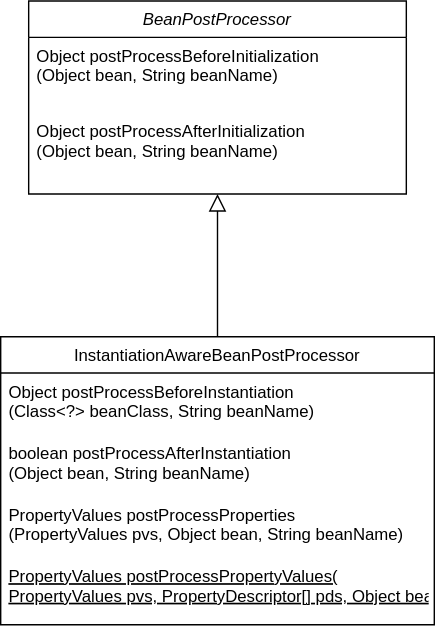
Above: spring.svg in peihuanhuan/draw.io (draw.io), before the change. Source tidied: cells renumbered, new cells last; positions are measured from the earlier drawing's top-left corner, leaving out a move shared by most shapes.
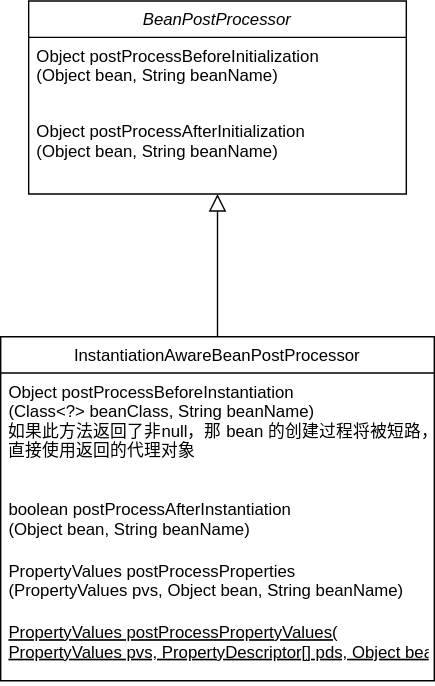
Later version of the same file.

Change to the diagram source:
```diff
@@ -12,19 +12,19 @@
       <mxGeometry y="80" width="270" height="58" as="geometry" />
     </mxCell>
     <mxCell id="5" value="InstantiationAwareBeanPostProcessor" style="swimlane;fontStyle=0;align=center;verticalAlign=top;horizontal=1;startSize=26;rounded=0;shadow=0;strokeWidth=1;" parent="1" vertex="1">
-      <mxGeometry y="240" width="310" height="206" as="geometry" />
+      <mxGeometry y="240" width="310" height="246" as="geometry" />
     </mxCell>
-    <mxCell id="6" value="Object postProcessBeforeInstantiation&#10;(Class&lt;?&gt; beanClass, String beanName)" style="text;align=left;verticalAlign=top;spacingLeft=4;spacingRight=4;overflow=hidden;" parent="5" vertex="1">
-      <mxGeometry y="26" width="310" height="44" as="geometry" />
+    <mxCell id="6" value="Object postProcessBeforeInstantiation&#10;(Class&lt;?&gt; beanClass, String beanName) &#10;如果此方法返回了非null，那 bean 的创建过程将被短路，&#10;直接使用返回的代理对象" style="text;align=left;verticalAlign=top;spacingLeft=4;spacingRight=4;overflow=hidden;" parent="5" vertex="1">
+      <mxGeometry y="26" width="310" height="84" as="geometry" />
     </mxCell>
     <mxCell id="7" value="boolean postProcessAfterInstantiation&#10;(Object bean, String beanName)" style="text;align=left;verticalAlign=top;spacingLeft=4;spacingRight=4;overflow=hidden;" parent="5" vertex="1">
-      <mxGeometry y="70" width="310" height="44" as="geometry" />
+      <mxGeometry y="110" width="310" height="44" as="geometry" />
     </mxCell>
     <mxCell id="8" value="PropertyValues postProcessProperties&#10;(PropertyValues pvs, Object bean, String beanName)" style="text;align=left;verticalAlign=top;spacingLeft=4;spacingRight=4;overflow=hidden;" parent="5" vertex="1">
-      <mxGeometry y="114" width="310" height="44" as="geometry" />
+      <mxGeometry y="154" width="310" height="44" as="geometry" />
     </mxCell>
     <mxCell id="9" value=" PropertyValues postProcessPropertyValues(&#10;      PropertyValues pvs, PropertyDescriptor[] pds, Object bean, String beanName)" style="text;align=left;verticalAlign=top;spacingLeft=4;spacingRight=4;overflow=hidden;fontStyle=4;" parent="5" vertex="1">
-      <mxGeometry y="158" width="310" height="48" as="geometry" />
+      <mxGeometry y="198" width="310" height="48" as="geometry" />
     </mxCell>
     <mxCell id="10" style="endArrow=block;endSize=10;endFill=0;shadow=0;strokeWidth=1;rounded=0;edgeStyle=elbowEdgeStyle;elbow=vertical;" parent="1" edge="1" source="5" target="2">
       <mxGeometry relative="1" as="geometry" />
```
